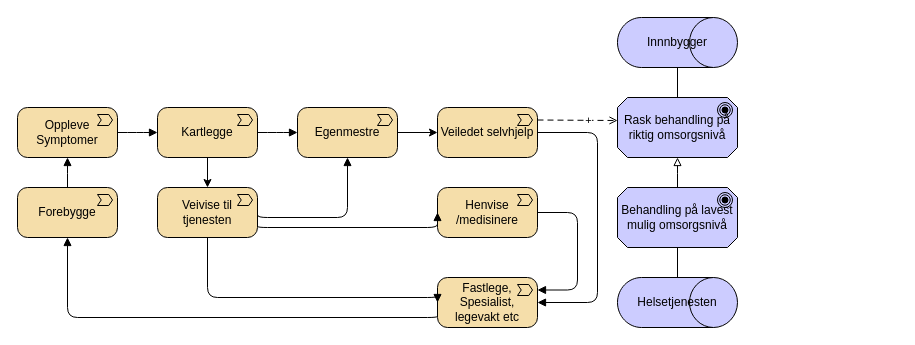
The draw.io diagram page "verdikjede-verdi" (3 of 3) of currentbuild/interessent/value-chain.drawio in hdir/Digital-Forstelinje, before the edit. Source tidied: cells renumbered, new cells numbered last; positions are measured from the earlier drawing's top-left corner, leaving out a move shared by most shapes. Both pictures are drawn from the tidied source at 100%, with x=0, y=0 at pixel (17, 17).
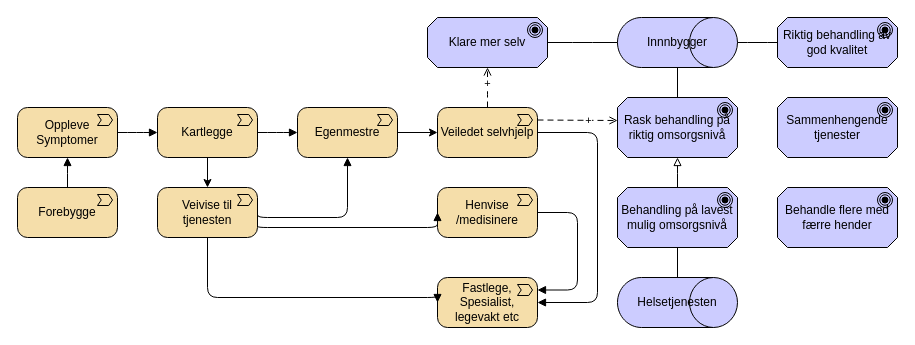
The same page after the edit.

Unchanged cells that the change refers to:
```xml
<mxCell id="3" value="Forebygge" style="html=1;outlineConnect=0;whiteSpace=wrap;fillColor=#F5DEAA;shape=mxgraph.archimate3.application;appType=valueStream;archiType=rounded;" parent="1" vertex="1">
  <mxGeometry y="170" width="100" height="50" as="geometry" />
</mxCell>
<mxCell id="8" value="Veiledet selvhjelp" style="html=1;outlineConnect=0;whiteSpace=wrap;fillColor=#F5DEAA;shape=mxgraph.archimate3.application;appType=valueStream;archiType=rounded;" parent="1" vertex="1">
  <mxGeometry x="420" y="90" width="100" height="50" as="geometry" />
</mxCell>
<mxCell id="14" value="Fastlege, Spesialist, legevakt etc" style="html=1;outlineConnect=0;whiteSpace=wrap;fillColor=#F5DEAA;shape=mxgraph.archimate3.application;appType=valueStream;archiType=rounded;" parent="1" vertex="1">
  <mxGeometry x="420" y="260" width="100" height="50" as="geometry" />
</mxCell>
<mxCell id="22" value="Innnbygger" style="html=1;outlineConnect=0;whiteSpace=wrap;fillColor=#CCCCFF;shape=mxgraph.archimate3.role;" parent="1" vertex="1">
  <mxGeometry x="600" width="120" height="50" as="geometry" />
</mxCell>
```

Change to the diagram source:
```diff
@@
-    <mxCell id="28" style="edgeStyle=elbowEdgeStyle;html=1;endArrow=block;dashed=0;elbow=vertical;endFill=1;entryX=0.5;entryY=1;entryDx=0;entryDy=0;entryPerimeter=0;exitX=0;exitY=0.75;exitDx=0;exitDy=0;exitPerimeter=0;" parent="1" edge="1" source="14" target="3">
-      <mxGeometry relative="1" as="geometry">
-        <Array as="points">
-          <mxPoint x="230" y="300" />
-        </Array>
-      </mxGeometry>
-    </mxCell>
+    <mxCell id="29" value="Klare mer selv" style="html=1;outlineConnect=0;whiteSpace=wrap;fillColor=#CCCCFF;shape=mxgraph.archimate3.application;appType=goal;archiType=oct;" parent="1" vertex="1">
+      <mxGeometry x="410" width="120" height="50" as="geometry" />
+    </mxCell>
+    <mxCell id="30" value="Behandle flere med færre hender" style="html=1;whiteSpace=wrap;fillColor=#CCCCFF;shape=mxgraph.archimate3.application;appType=goal;archiType=oct;" parent="1" vertex="1">
+      <mxGeometry x="760" y="170" width="120" height="60" as="geometry" />
+    </mxCell>
+    <mxCell id="31" value="Sammenhengende tjenester" style="html=1;whiteSpace=wrap;fillColor=#CCCCFF;shape=mxgraph.archimate3.application;appType=goal;archiType=oct;" parent="1" vertex="1">
+      <mxGeometry x="760" y="80" width="120" height="60" as="geometry" />
+    </mxCell>
+    <mxCell id="32" value="+" style="edgeStyle=elbowEdgeStyle;html=1;endArrow=open;elbow=vertical;endFill=0;dashed=1;dashPattern=6 4;exitX=0.5;exitY=0;exitDx=0;exitDy=0;exitPerimeter=0;entryX=0.5;entryY=1;entryDx=0;entryDy=0;entryPerimeter=0;" parent="1" edge="1" source="8" target="29">
+      <mxGeometry x="0.25" y="1" relative="1" as="geometry">
+        <mxPoint x="1" y="1" as="offset" />
+      </mxGeometry>
+    </mxCell>
+    <mxCell id="33" style="edgeStyle=elbowEdgeStyle;html=1;endArrow=none;elbow=vertical;entryX=0;entryY=0.5;entryDx=0;entryDy=0;entryPerimeter=0;exitX=1;exitY=0.5;exitDx=0;exitDy=0;exitPerimeter=0;" parent="1" edge="1" source="29" target="22">
+      <mxGeometry relative="1" as="geometry" />
+    </mxCell>
+    <mxCell id="34" value="Riktig behandling av god kvalitet" style="html=1;outlineConnect=0;whiteSpace=wrap;fillColor=#CCCCFF;shape=mxgraph.archimate3.application;appType=goal;archiType=oct;" parent="1" vertex="1">
+      <mxGeometry x="760" width="120" height="50" as="geometry" />
+    </mxCell>
+    <mxCell id="35" style="edgeStyle=elbowEdgeStyle;html=1;endArrow=none;elbow=vertical;entryX=0;entryY=0.5;entryDx=0;entryDy=0;entryPerimeter=0;exitX=1;exitY=0.5;exitDx=0;exitDy=0;exitPerimeter=0;" parent="1" edge="1" source="22" target="34">
+      <mxGeometry relative="1" as="geometry" />
+    </mxCell>
```
